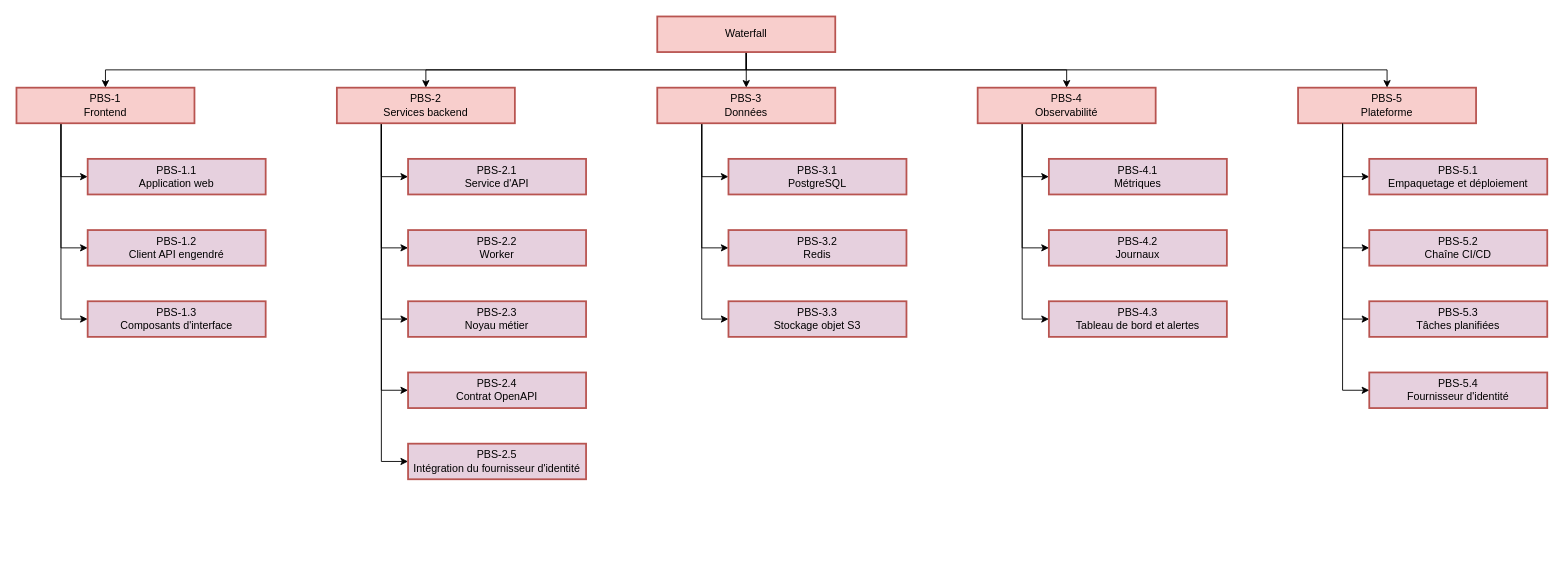
The draw.io diagram page "PBS" (10 of 11) of docs/spec/waterfall.visuels.drawio in waterfall-project/wf-project, before the edit. Source tidied: cells renumbered, new cells numbered last; positions are measured from the earlier drawing's top-left corner, leaving out a move shared by most shapes. Both pictures are drawn from the tidied source at 89%, with x=0, y=0 at pixel (16, 16).
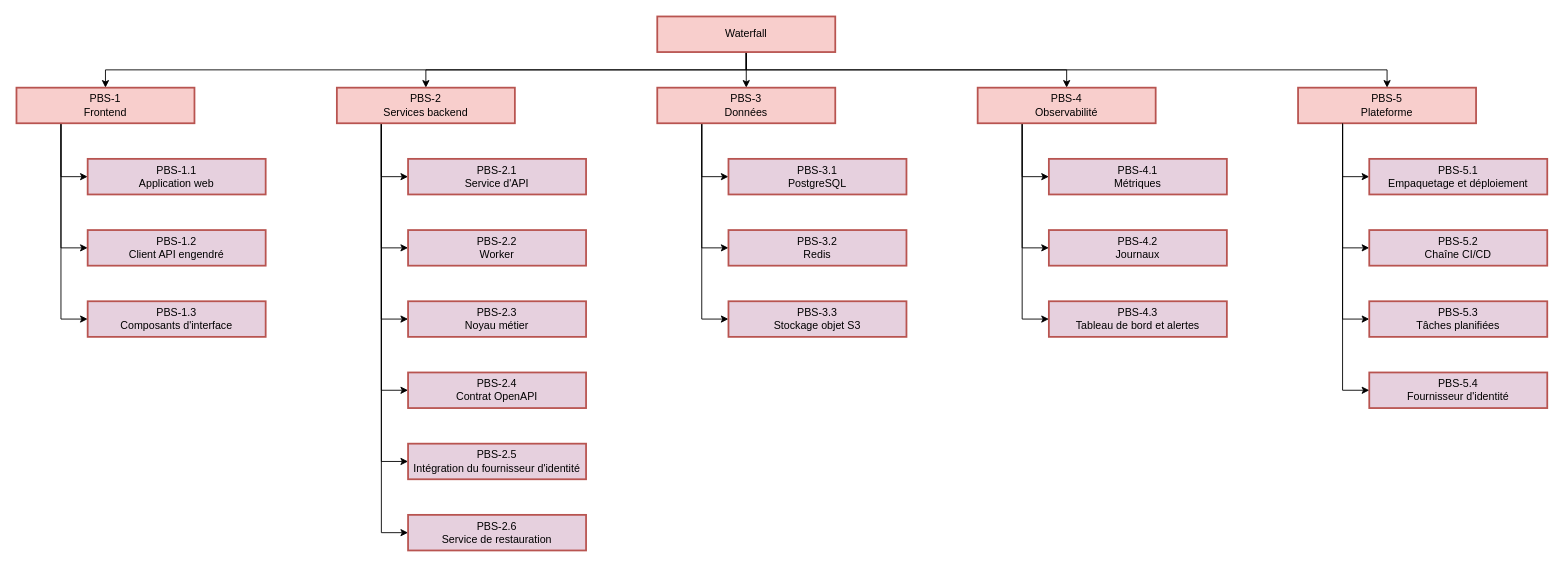
The same diagram, later.

Unchanged cells that the change refers to:
```xml
<mxCell id="18" value="PBS-2&#10;Services backend" style="whiteSpace=wrap;strokeWidth=2;fillColor=#f8cecc;strokeColor=#b85450;" parent="1" vertex="1">
  <mxGeometry x="360" y="80" width="200" height="40" as="geometry" />
</mxCell>
```

Change to the diagram source:
```diff
@@
+    <mxCell id="49" style="edgeStyle=orthogonalEdgeStyle;rounded=0;jettySize=auto;html=1;exitX=0.25;exitY=1;exitDx=0;exitDy=0;entryX=0;entryY=0.5;entryDx=0;entryDy=0;" parent="1" edge="1" source="18" target="50">
+      <mxGeometry relative="1" as="geometry" />
+    </mxCell>
@@
+    <mxCell id="50" value="PBS-2.6&#10;Service de restauration" style="whiteSpace=wrap;strokeWidth=2;fillColor=#E6D0DE;strokeColor=#b85450;" parent="1" vertex="1">
+      <mxGeometry x="440" y="560" width="200" height="40" as="geometry" />
+    </mxCell>
```
